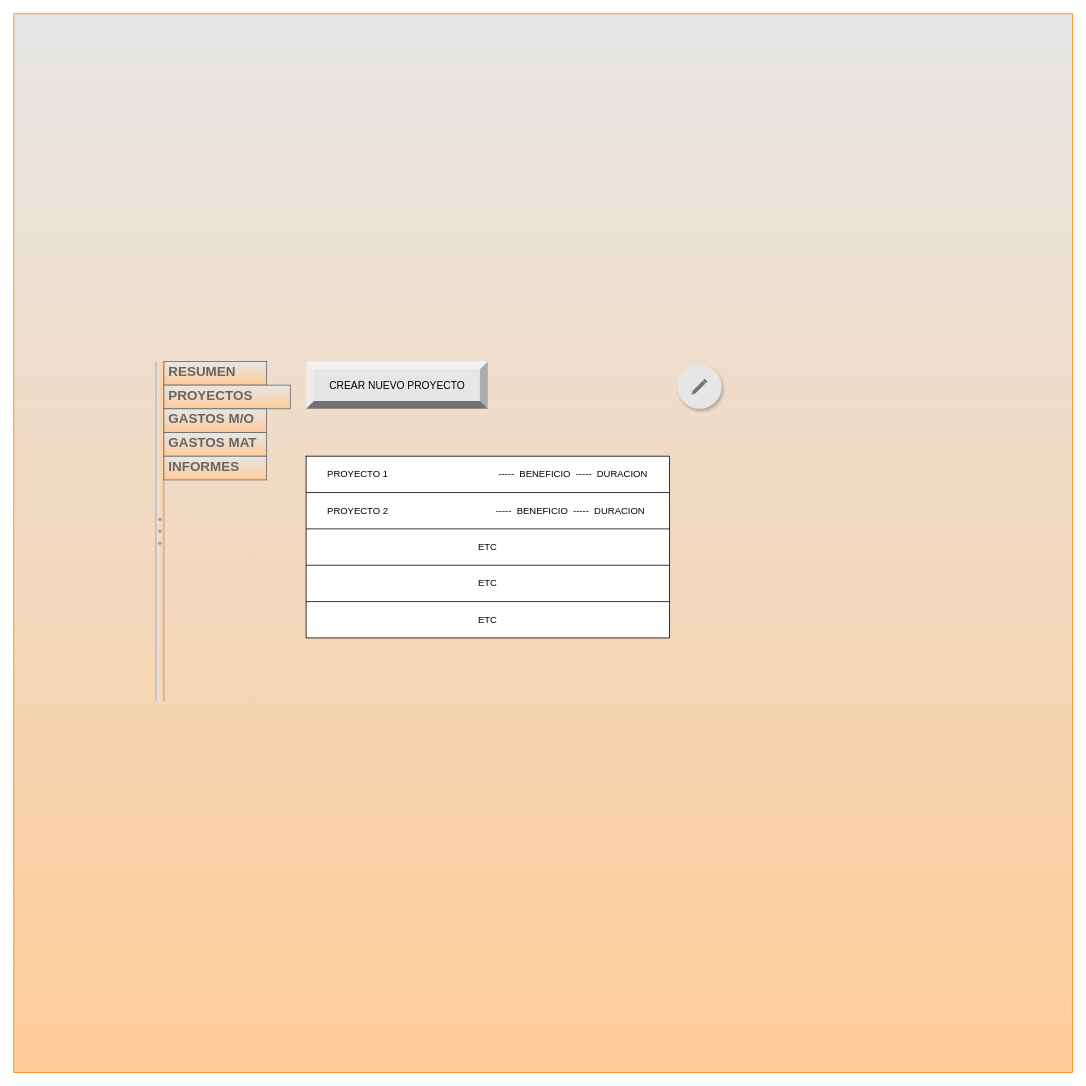
Before: page "PROYECTOS" (4 of 7) of PROYECTO DECOTECNIC/esquema.drawio in GonzaloRuizC/PROJECTODECOTECNIC, a draw.io diagram. Source tidied: cells renumbered, new cells numbered last; positions are measured from the earlier drawing's top-left corner, leaving out a move shared by most shapes. Both pictures are drawn from the tidied source at 79%, with x=0, y=0 at pixel (13, 13).
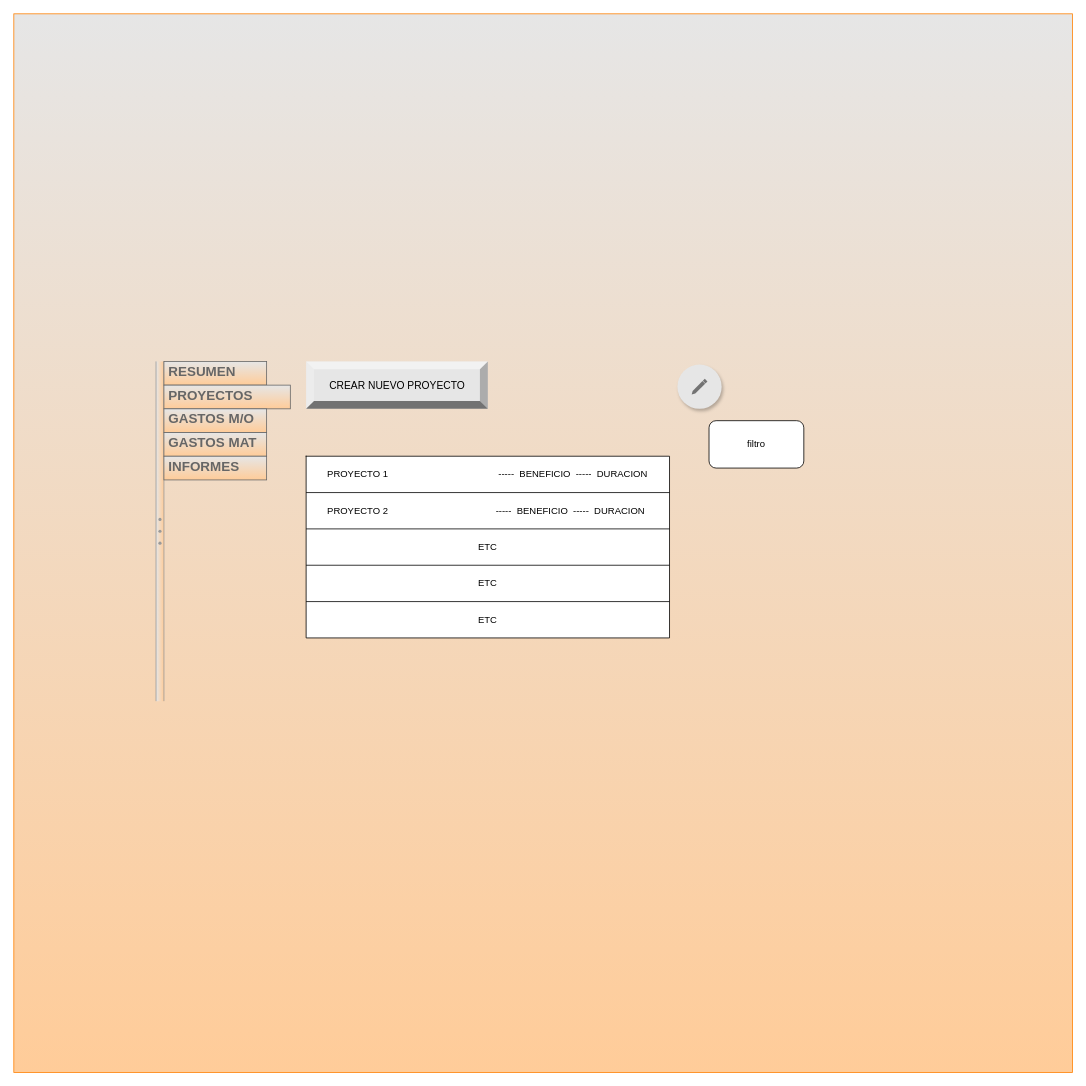
The same page after the edit.

What changed in the source:
```diff
@@
+    <mxCell id="23" value="filtro" style="rounded=1;whiteSpace=wrap;html=1;" parent="1" vertex="1">
+      <mxGeometry x="880" y="515" width="120" height="60" as="geometry" />
+    </mxCell>
```
